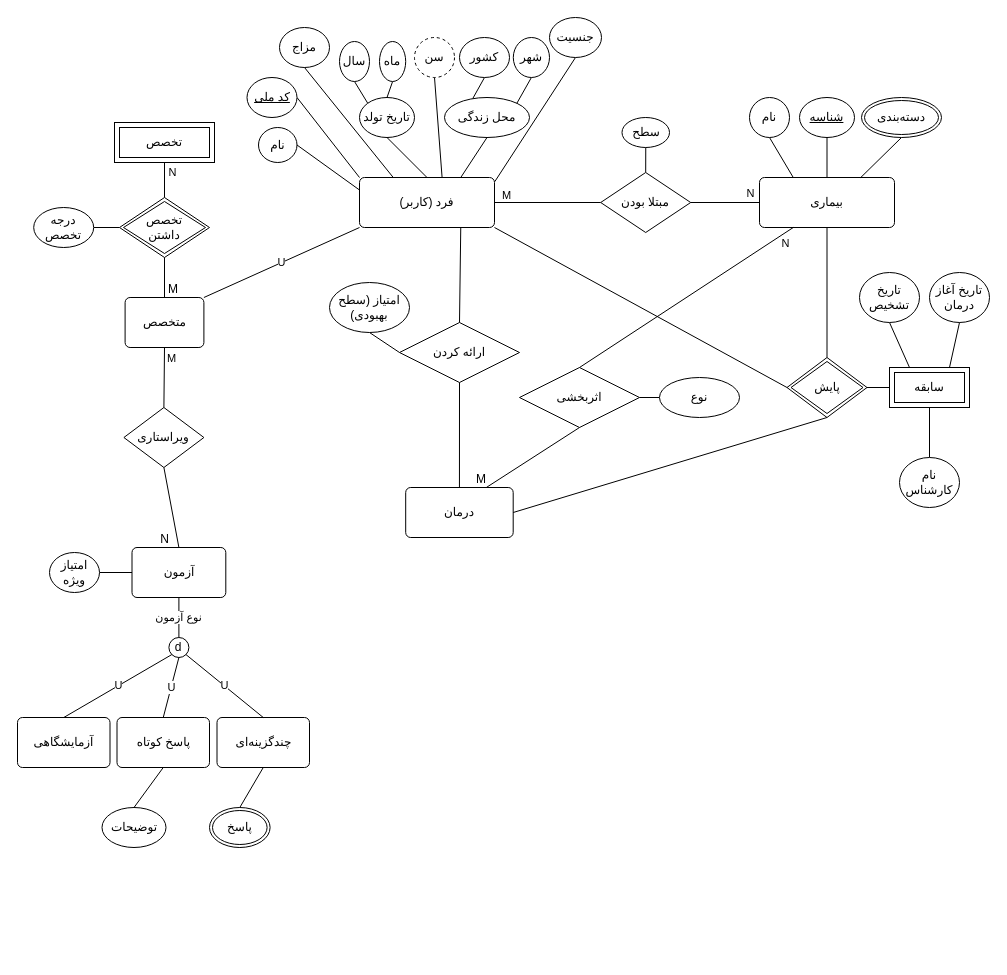
Above: diagrams/eer.drawio in machitgarha/darmana (draw.io), before the change. Source tidied: cells renumbered, new cells numbered last; positions are measured from the earlier drawing's top-left corner, leaving out a move shared by most shapes. Both pictures are drawn from the tidied source at 100%, with x=0, y=0 at pixel (17, 17).
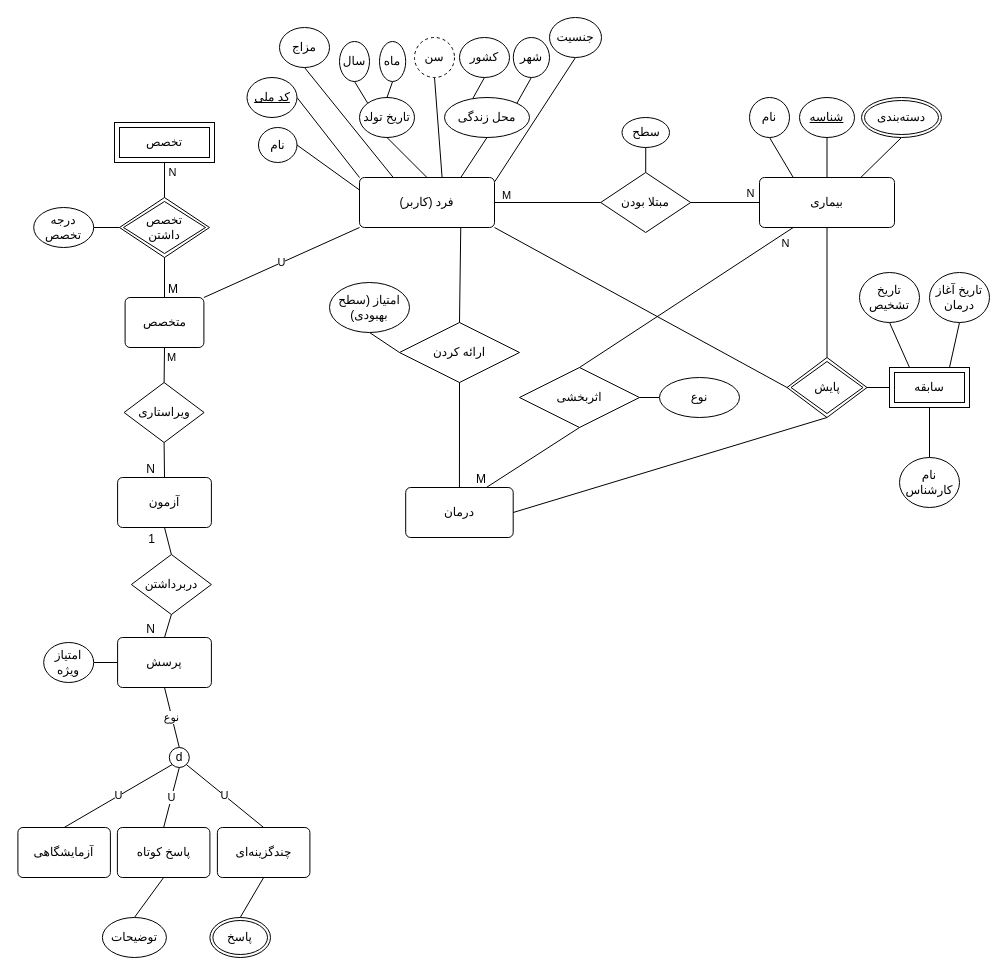
The same diagram, later.

Commit message:
EER: Add question entity, the building block for the quiz entity

It makes more sense (e.g. more flexible) to have a quiz, consisting
of one or more questions, in which each question is of a specific
type, rather than specifying types for the quiz itself.

Change to the diagram source:
```diff
@@
     <mxCell id="21" value="آزمون" style="rounded=1;arcSize=10;whiteSpace=wrap;html=1;align=center;" parent="1" vertex="1">
-      <mxGeometry x="114.5" y="530" width="93.8" height="50" as="geometry" />
+      <mxGeometry x="100.1" y="460" width="93.8" height="50" as="geometry" />
     </mxCell>
@@
     <mxCell id="28" value="ویراستاری" style="shape=rhombus;perimeter=rhombusPerimeter;whiteSpace=wrap;html=1;align=center;" parent="1" vertex="1">
-      <mxGeometry x="106.4" y="390" width="80" height="60" as="geometry" />
+      <mxGeometry x="106.6" y="365" width="80" height="60" as="geometry" />
     </mxCell>
@@
-    <mxCell id="31" value="نوع آزمون" style="endArrow=none;html=1;rounded=0;exitX=0.5;exitY=1;exitDx=0;exitDy=0;entryX=0.5;entryY=0;entryDx=0;entryDy=0;" parent="1" edge="1" source="21" target="32">
+    <mxCell id="31" value="نوع" style="endArrow=none;html=1;rounded=0;entryX=0.5;entryY=0;entryDx=0;entryDy=0;exitX=0.5;exitY=1;exitDx=0;exitDy=0;" parent="1" edge="1" source="100" target="32">
       <mxGeometry relative="1" as="geometry" />
     </mxCell>
     <mxCell id="32" value="d" style="ellipse;whiteSpace=wrap;html=1;" parent="1" vertex="1">
-      <mxGeometry x="151.4" y="620" width="20" height="20" as="geometry" />
+      <mxGeometry x="151.8" y="730" width="20" height="20" as="geometry" />
     </mxCell>
@@
     <mxCell id="34" value="آزمایشگاهی" style="rounded=1;arcSize=10;whiteSpace=wrap;html=1;align=center;" parent="1" vertex="1">
-      <mxGeometry y="700" width="92.5" height="50" as="geometry" />
+      <mxGeometry x="0.4" y="810" width="92.5" height="50" as="geometry" />
     </mxCell>
     <mxCell id="35" value="پاسخ کوتاه" style="rounded=1;arcSize=10;whiteSpace=wrap;html=1;align=center;" parent="1" vertex="1">
-      <mxGeometry x="99.5" y="700" width="92.5" height="50" as="geometry" />
+      <mxGeometry x="99.9" y="810" width="92.5" height="50" as="geometry" />
     </mxCell>
     <mxCell id="36" value="چندگزینه‌ای" style="rounded=1;arcSize=10;whiteSpace=wrap;html=1;align=center;" parent="1" vertex="1">
-      <mxGeometry x="199.5" y="700" width="92.5" height="50" as="geometry" />
+      <mxGeometry x="199.9" y="810" width="92.5" height="50" as="geometry" />
     </mxCell>
@@
     <mxCell id="40" value="پاسخ" style="ellipse;shape=doubleEllipse;margin=3;whiteSpace=wrap;html=1;align=center;" parent="1" vertex="1">
-      <mxGeometry x="192" y="790" width="60.6" height="40" as="geometry" />
+      <mxGeometry x="192.4" y="900" width="60.6" height="40" as="geometry" />
     </mxCell>
@@
     <mxCell id="42" value="توضیحات" style="ellipse;whiteSpace=wrap;html=1;align=center;" parent="1" vertex="1">
-      <mxGeometry x="84.5" y="790" width="64" height="40" as="geometry" />
+      <mxGeometry x="84.9" y="900" width="64" height="40" as="geometry" />
     </mxCell>
-    <mxCell id="43" style="endArrow=none;html=1;rounded=0;entryX=0;entryY=0.5;entryDx=0;entryDy=0;exitX=1;exitY=0.5;exitDx=0;exitDy=0;" parent="1" edge="1" source="44" target="21">
+    <mxCell id="43" style="endArrow=none;html=1;rounded=0;exitX=1;exitY=0.5;exitDx=0;exitDy=0;entryX=0;entryY=0.5;entryDx=0;entryDy=0;" parent="1" edge="1" source="44" target="100">
       <mxGeometry relative="1" as="geometry" />
     </mxCell>
     <mxCell id="44" value="امتیاز ویژه" style="ellipse;whiteSpace=wrap;html=1;align=center;" parent="1" vertex="1">
-      <mxGeometry x="32" y="535" width="50" height="40" as="geometry" />
+      <mxGeometry x="26.2" y="625" width="50" height="40" as="geometry" />
     </mxCell>
@@
+    <mxCell id="100" value="پرسش" style="rounded=1;arcSize=10;whiteSpace=wrap;html=1;align=center;" parent="1" vertex="1">
+      <mxGeometry x="100.1" y="620" width="93.8" height="50" as="geometry" />
+    </mxCell>
+    <mxCell id="101" value="دربرداشتن" style="shape=rhombus;perimeter=rhombusPerimeter;whiteSpace=wrap;html=1;align=center;" parent="1" vertex="1">
+      <mxGeometry x="113.9" y="537" width="80" height="60" as="geometry" />
+    </mxCell>
+    <mxCell id="102" style="endArrow=none;html=1;rounded=0;exitX=0.5;exitY=1;exitDx=0;exitDy=0;entryX=0.5;entryY=0;entryDx=0;entryDy=0;" parent="1" edge="1" source="101" target="100">
+      <mxGeometry relative="1" as="geometry" />
+    </mxCell>
+    <mxCell id="103" style="html=1;align=left;verticalAlign=bottom;" parent="102" vertex="1">
+      <mxGeometry x="-1" relative="1" as="geometry" />
+    </mxCell>
+    <mxCell id="104" value="N" style="html=1;align=right;verticalAlign=bottom;" parent="102" vertex="1">
+      <mxGeometry x="1" relative="1" as="geometry">
+        <mxPoint x="-9" as="offset" />
+      </mxGeometry>
+    </mxCell>
+    <mxCell id="105" style="endArrow=none;html=1;rounded=0;exitX=0.5;exitY=0;exitDx=0;exitDy=0;entryX=0.5;entryY=1;entryDx=0;entryDy=0;" parent="1" edge="1" source="101" target="21">
+      <mxGeometry relative="1" as="geometry" />
+    </mxCell>
+    <mxCell id="106" style="html=1;align=left;verticalAlign=bottom;" parent="105" vertex="1">
+      <mxGeometry x="-1" relative="1" as="geometry" />
+    </mxCell>
+    <mxCell id="107" value="1" style="html=1;align=right;verticalAlign=bottom;" parent="105" vertex="1">
+      <mxGeometry x="1" relative="1" as="geometry">
+        <mxPoint x="-9" y="20" as="offset" />
+      </mxGeometry>
+    </mxCell>
```
